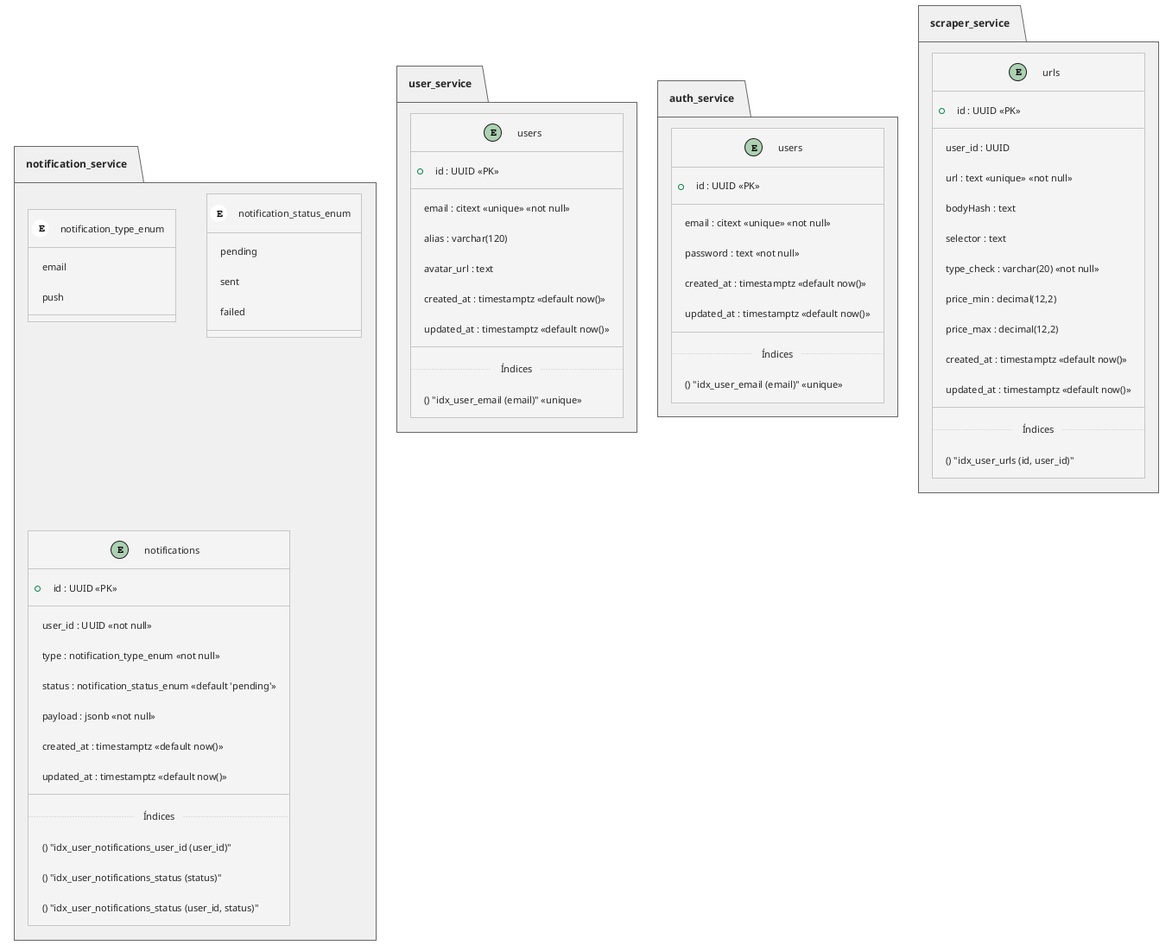
This is docs/assets/databases_0.1.0.png from elsabiina/page-alert, a PlantUML export, as it was before one commit.
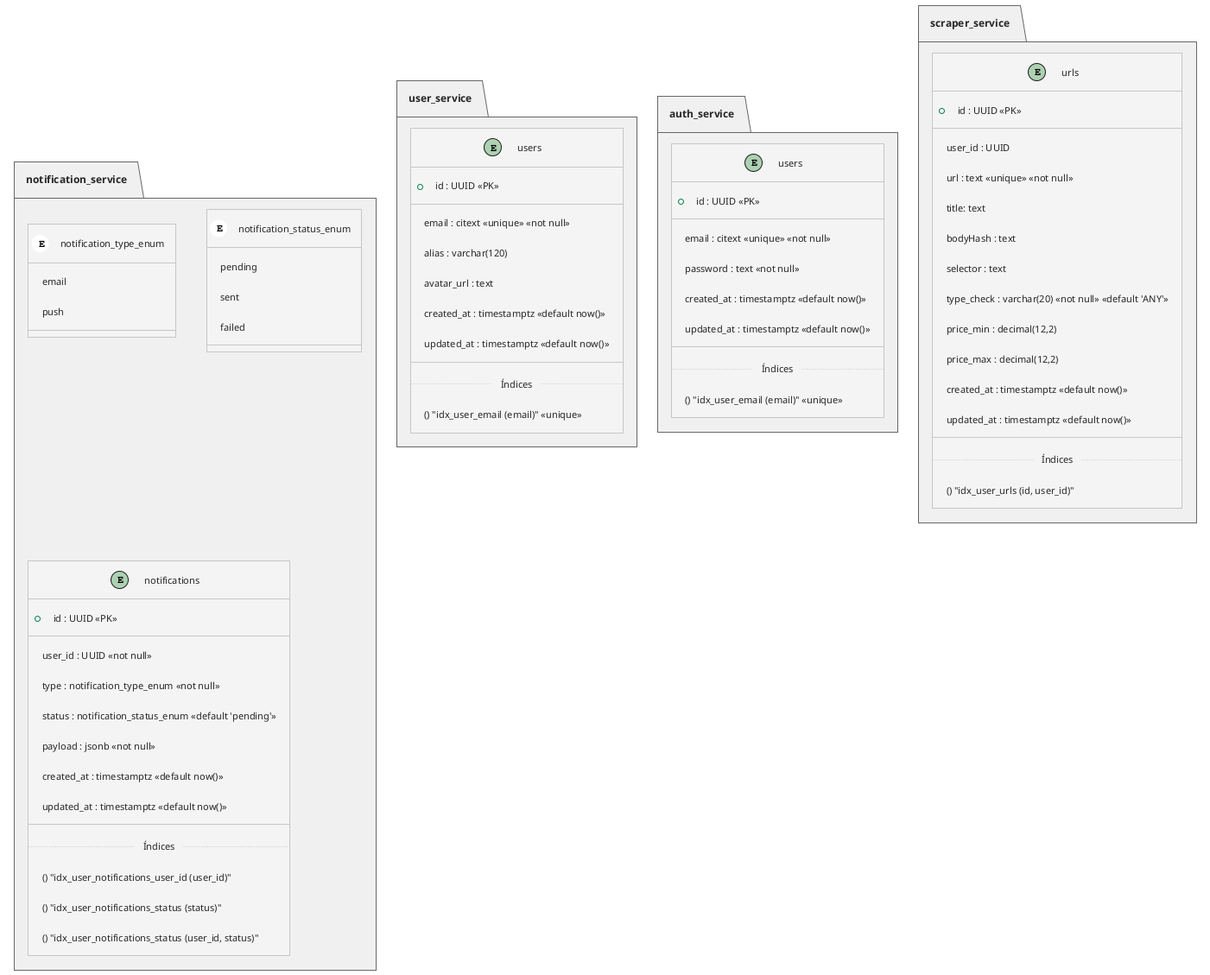
Above is the later version.

Change to the diagram source:
```diff
@@ -42,9 +42,10 @@
         --
         user_id : UUID
         url : text <<unique>> <<not null>>
+        title: text
         bodyHash : text
         selector : text
-        type_check : varchar(20) <<not null>>
+        type_check : varchar(20) <<not null>> <<default 'ANY'>>
         price_min : decimal(12,2)
         price_max : decimal(12,2)
         created_at : timestamptz <<default now()>>
```
